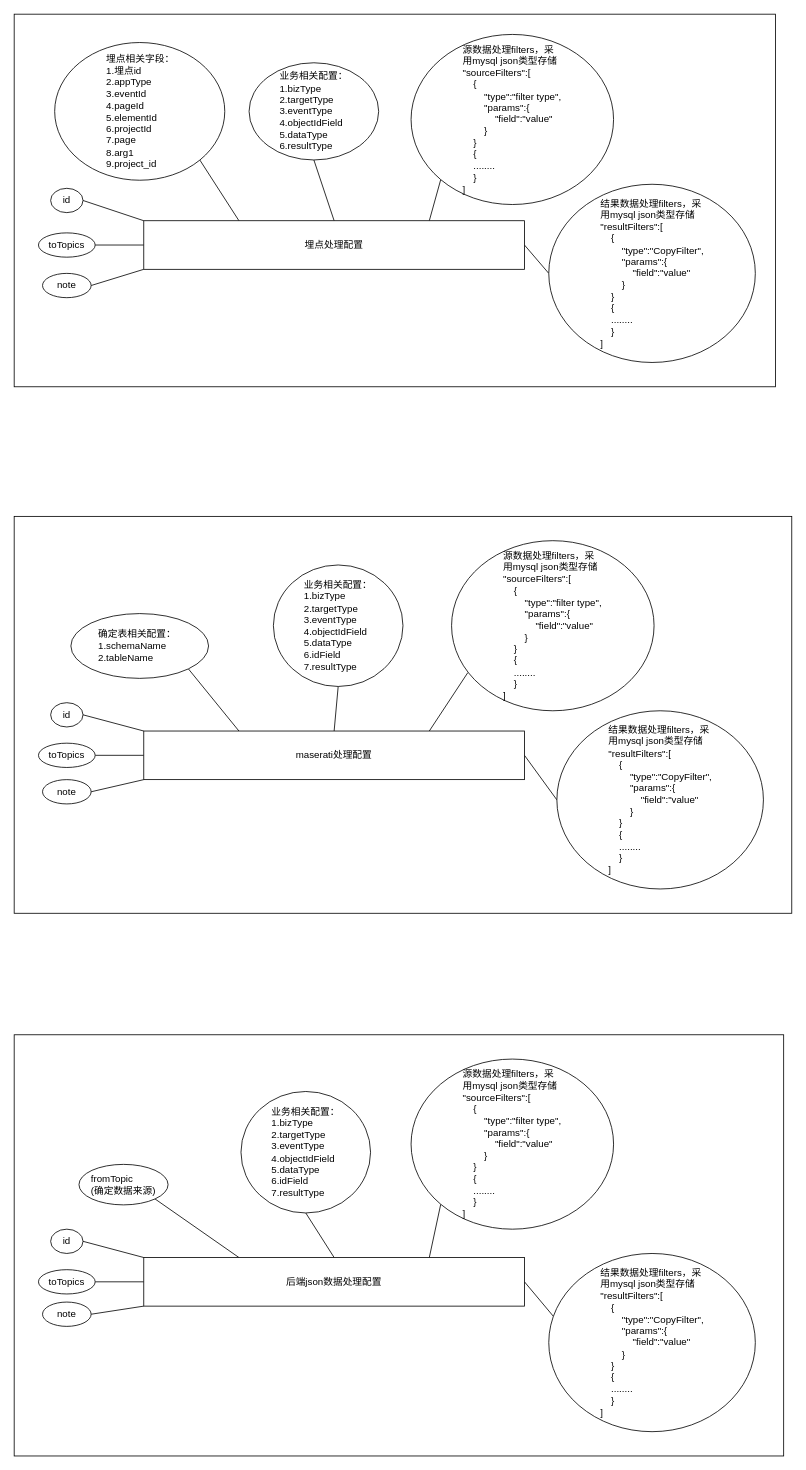
Before: gd-service ER图.drawio in qingchao-kong/draw.io, a draw.io diagram. Source tidied: cells renumbered, new cells numbered last; positions are measured from the earlier drawing's top-left corner, leaving out a move shared by most shapes. Both pictures are drawn from the tidied source at 81%, with x=0, y=0 at pixel (14, 14).
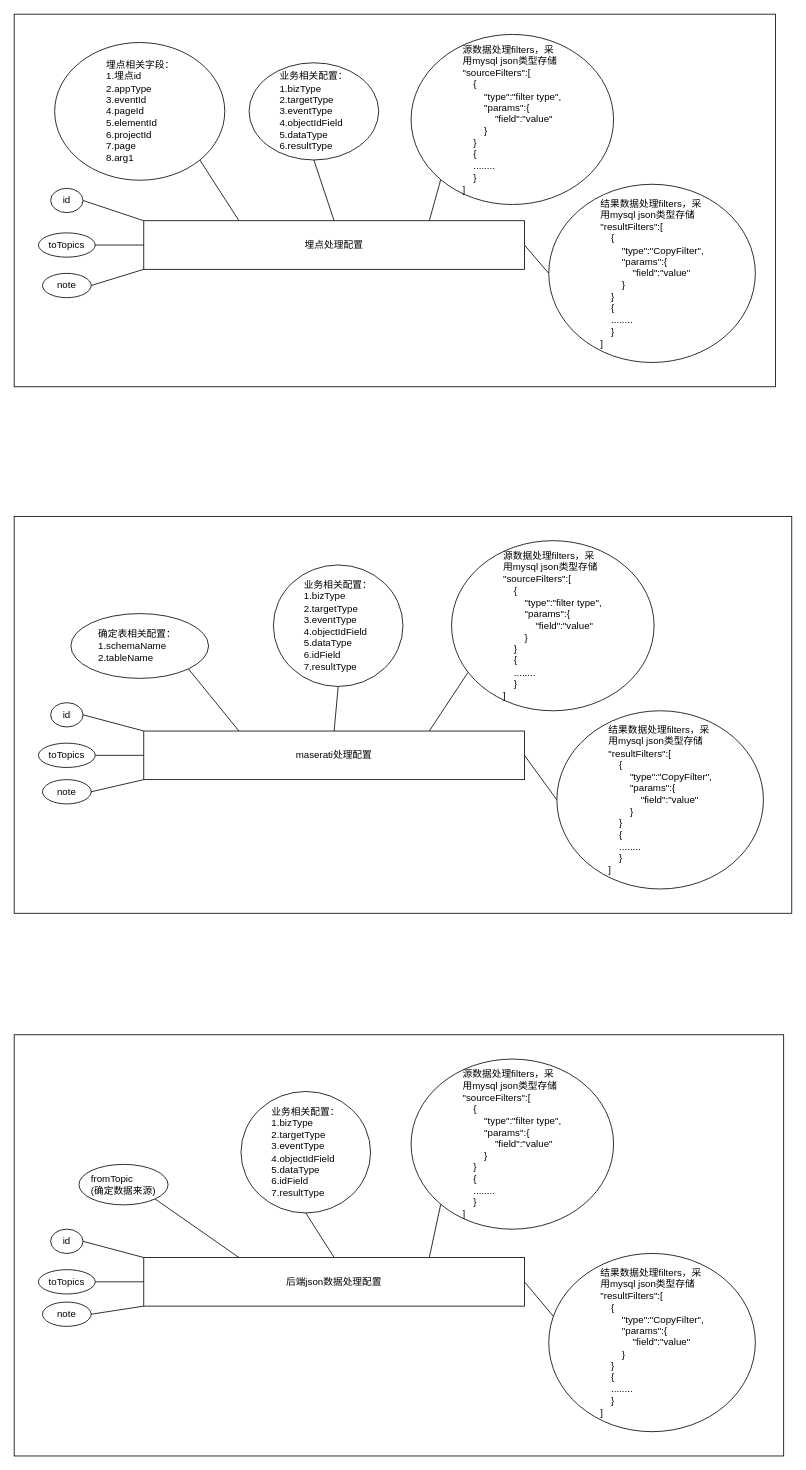
Above is the later version.

What changed in the source:
```diff
@@
-    <mxCell id="11" value="埋点相关字段：&lt;br&gt;1.埋点id&lt;br&gt;2.appType&lt;br&gt;3.eventId&lt;br&gt;4.pageId&lt;br&gt;5.elementId&lt;br&gt;6.projectId&lt;br&gt;7.page&lt;br&gt;8.arg1&lt;br&gt;9.project_id" style="ellipse;whiteSpace=wrap;html=1;align=left;spacingTop=0;spacing=64;" parent="1" vertex="1">
+    <mxCell id="11" value="埋点相关字段：&lt;br&gt;1.埋点id&lt;br&gt;2.appType&lt;br&gt;3.eventId&lt;br&gt;4.pageId&lt;br&gt;5.elementId&lt;br&gt;6.projectId&lt;br&gt;7.page&lt;br&gt;8.arg1" style="ellipse;whiteSpace=wrap;html=1;align=left;spacingTop=0;spacing=64;" parent="1" vertex="1">
       <mxGeometry x="50" y="35" width="210" height="170" as="geometry" />
     </mxCell>
```
